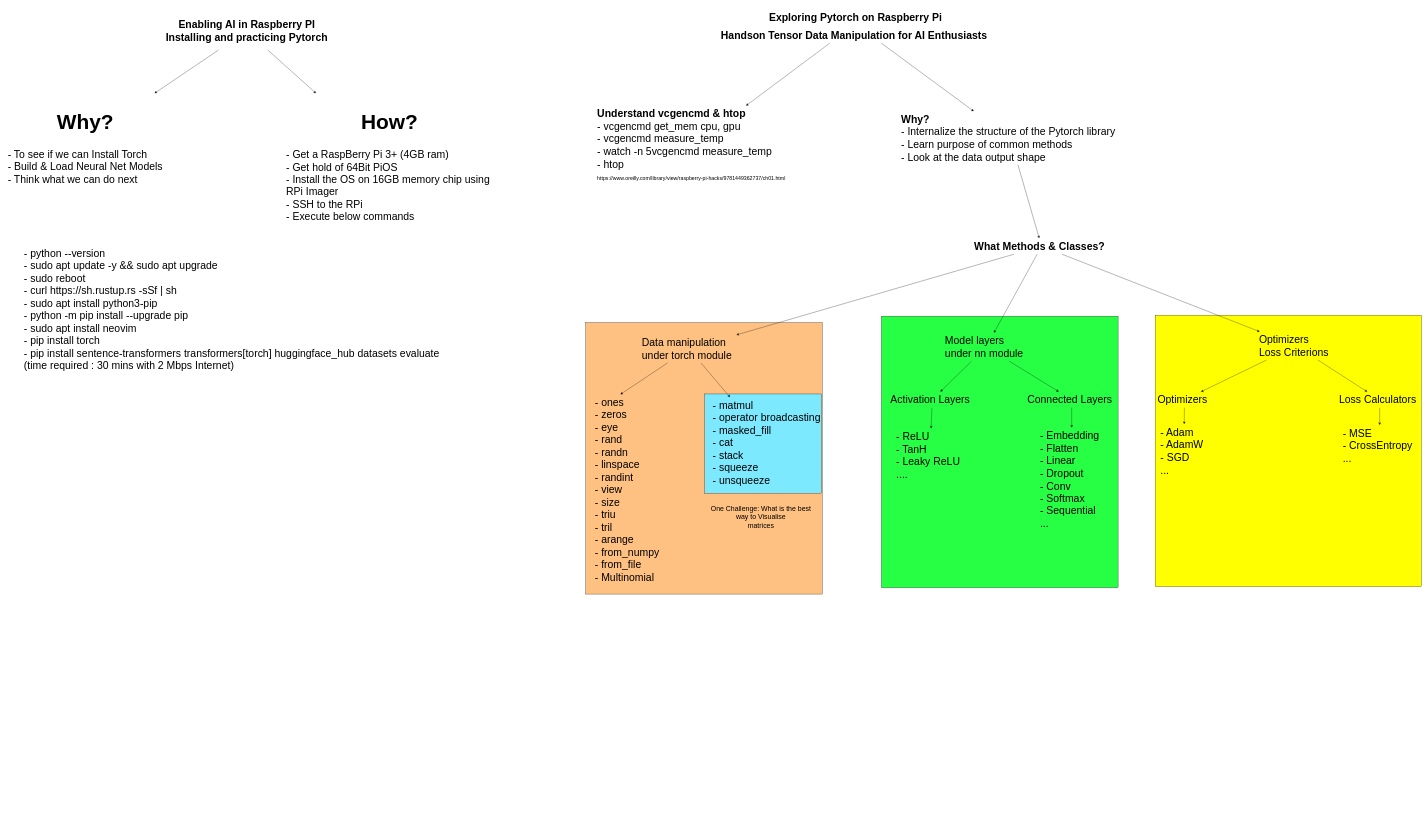
insightbuilder/python_de_learners_data keeps this draw.io diagram as Solving_problem/visuals/pytorch_exploits.drawio. Above is the earlier version. Source tidied: cells renumbered, new cells numbered last; positions are measured from the earlier drawing's top-left corner, leaving out a move shared by most shapes. Both pictures are drawn from the tidied source at 29%, with x=0, y=0 at pixel (5, 5).
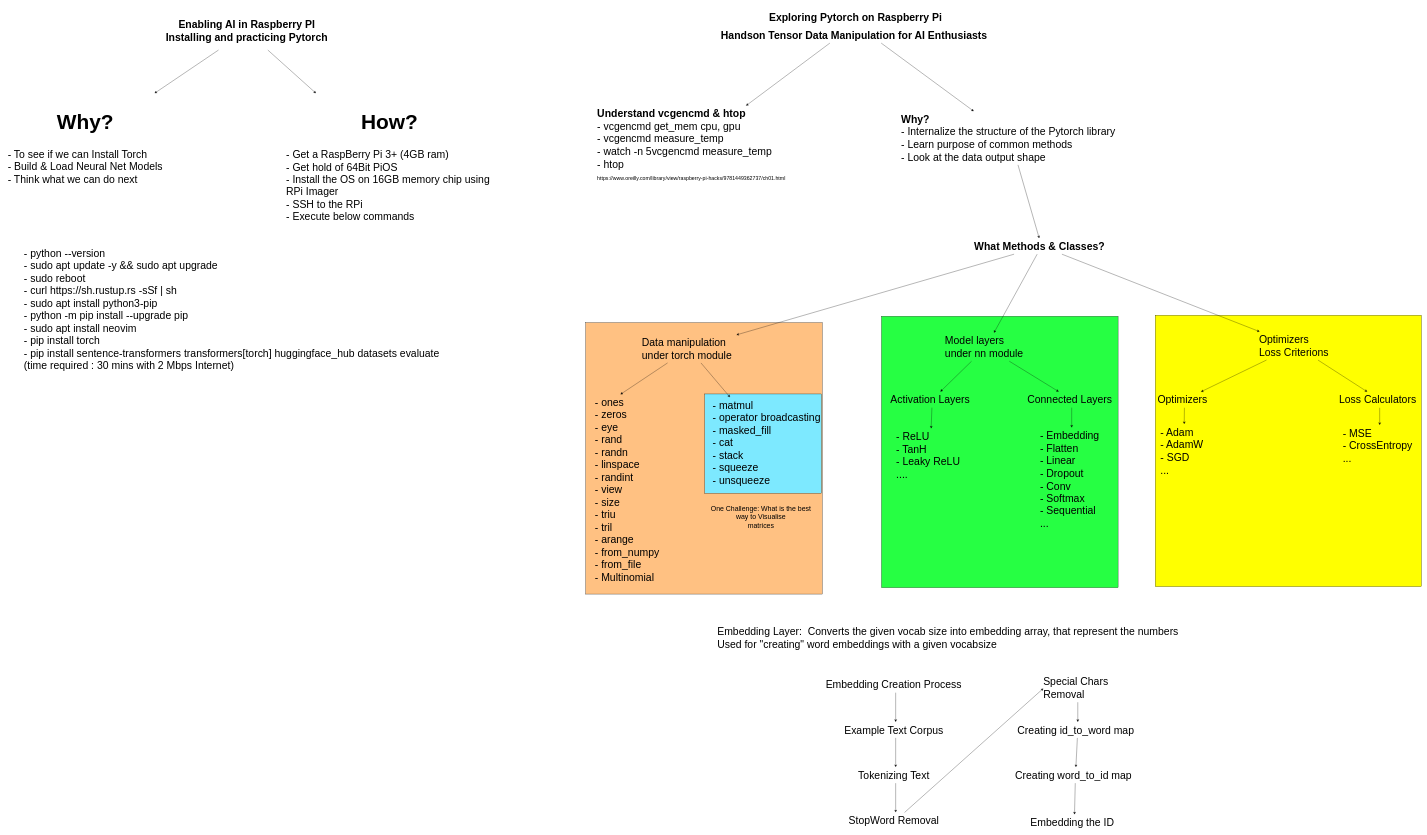
Above is the later version.

Commit message (it also covers changes not shown here):
completed embedding layer video

The edit, as a diff of the source:
```diff
@@
+    <mxCell id="46" value="&lt;font style=&quot;font-size: 36px;&quot;&gt;Embedding Layer:&amp;nbsp;&amp;nbsp;Converts the given vocab size into embedding array, that represent the numbers&lt;br&gt;Used for &quot;creating&quot; word embeddings with a given vocabsize&lt;/font&gt;" style="text;html=1;align=left;verticalAlign=middle;strokeColor=none;fillColor=none;" parent="1" vertex="1">
+      <mxGeometry x="2454" y="2134" width="1608" height="98" as="geometry" />
+    </mxCell>
+    <mxCell id="47" style="edgeStyle=none;html=1;" parent="1" edge="1" source="48" target="50">
+      <mxGeometry relative="1" as="geometry" />
+    </mxCell>
+    <mxCell id="48" value="&lt;span style=&quot;font-size: 36px;&quot;&gt;Embedding Creation Process&lt;/span&gt;" style="text;html=1;align=left;verticalAlign=middle;points=[];strokeColor=none;fillColor=none;" parent="1" vertex="1">
+      <mxGeometry x="2828" y="2316" width="486" height="55" as="geometry" />
+    </mxCell>
+    <mxCell id="49" style="edgeStyle=none;html=1;" parent="1" edge="1" source="50" target="52">
+      <mxGeometry relative="1" as="geometry" />
+    </mxCell>
+    <mxCell id="50" value="&lt;span style=&quot;font-size: 36px;&quot;&gt;Example Text Corpus&lt;/span&gt;" style="text;html=1;align=left;verticalAlign=middle;points=[];strokeColor=none;fillColor=none;" parent="1" vertex="1">
+      <mxGeometry x="2891.5" y="2472" width="359" height="55" as="geometry" />
+    </mxCell>
+    <mxCell id="51" style="edgeStyle=none;html=1;" parent="1" edge="1" source="52" target="54">
+      <mxGeometry relative="1" as="geometry" />
+    </mxCell>
+    <mxCell id="52" value="&lt;span style=&quot;font-size: 36px;&quot;&gt;Tokenizing Text&lt;/span&gt;" style="text;html=1;align=left;verticalAlign=middle;points=[];strokeColor=none;fillColor=none;" parent="1" vertex="1">
+      <mxGeometry x="2939.5" y="2628" width="263" height="55" as="geometry" />
+    </mxCell>
+    <mxCell id="53" style="edgeStyle=none;html=1;entryX=0.009;entryY=0.515;entryDx=0;entryDy=0;entryPerimeter=0;" parent="1" edge="1" source="54" target="56">
+      <mxGeometry relative="1" as="geometry" />
+    </mxCell>
+    <mxCell id="54" value="&lt;span style=&quot;font-size: 36px;&quot;&gt;StopWord Removal&lt;/span&gt;" style="text;html=1;align=left;verticalAlign=middle;points=[];strokeColor=none;fillColor=none;" parent="1" vertex="1">
+      <mxGeometry x="2906.5" y="2784" width="329" height="55" as="geometry" />
+    </mxCell>
+    <mxCell id="55" style="edgeStyle=none;html=1;" parent="1" edge="1" source="56" target="60">
+      <mxGeometry relative="1" as="geometry" />
+    </mxCell>
+    <mxCell id="56" value="&lt;span style=&quot;font-size: 36px;&quot;&gt;Special Chars &lt;br&gt;Removal&lt;/span&gt;" style="text;html=1;align=left;verticalAlign=middle;points=[];strokeColor=none;fillColor=none;" parent="1" vertex="1">
+      <mxGeometry x="3578" y="2306" width="242" height="98" as="geometry" />
+    </mxCell>
+    <mxCell id="57" style="edgeStyle=none;html=1;" parent="1" edge="1" source="58" target="61">
+      <mxGeometry relative="1" as="geometry" />
+    </mxCell>
+    <mxCell id="58" value="&lt;span style=&quot;font-size: 36px;&quot;&gt;Creating word_to_id map&lt;/span&gt;" style="text;html=1;align=left;verticalAlign=middle;points=[];strokeColor=none;fillColor=none;" parent="1" vertex="1">
+      <mxGeometry x="3481" y="2628" width="420" height="55" as="geometry" />
+    </mxCell>
+    <mxCell id="59" style="edgeStyle=none;html=1;" parent="1" edge="1" source="60" target="58">
+      <mxGeometry relative="1" as="geometry" />
+    </mxCell>
+    <mxCell id="60" value="&lt;span style=&quot;font-size: 36px;&quot;&gt;Creating id_to_word map&lt;/span&gt;" style="text;html=1;align=left;verticalAlign=middle;points=[];strokeColor=none;fillColor=none;" parent="1" vertex="1">
+      <mxGeometry x="3489" y="2472" width="420" height="55" as="geometry" />
+    </mxCell>
+    <mxCell id="61" value="&lt;span style=&quot;font-size: 36px;&quot;&gt;Embedding the ID&lt;/span&gt;" style="text;html=1;align=left;verticalAlign=middle;points=[];strokeColor=none;fillColor=none;" parent="1" vertex="1">
+      <mxGeometry x="3534" y="2791" width="306" height="55" as="geometry" />
+    </mxCell>
```
